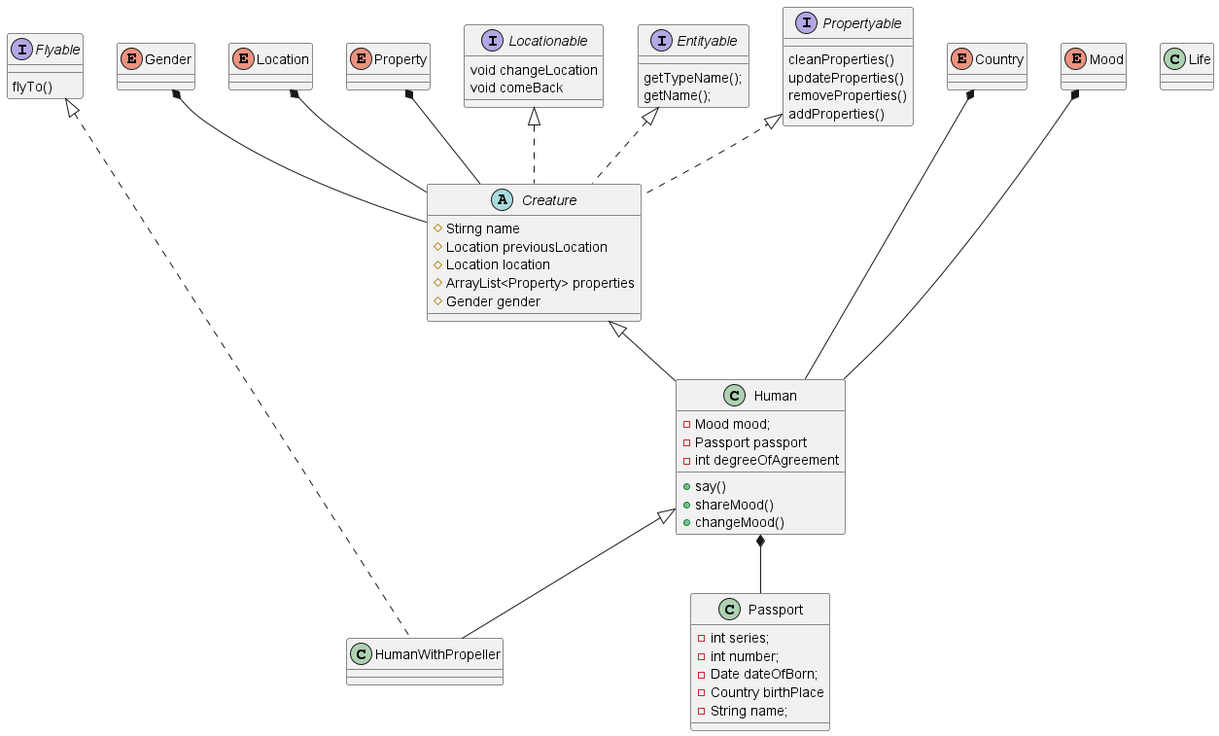
The PlantUML diagram UML.png in IlyaKonFetka/lab3, before a commit.
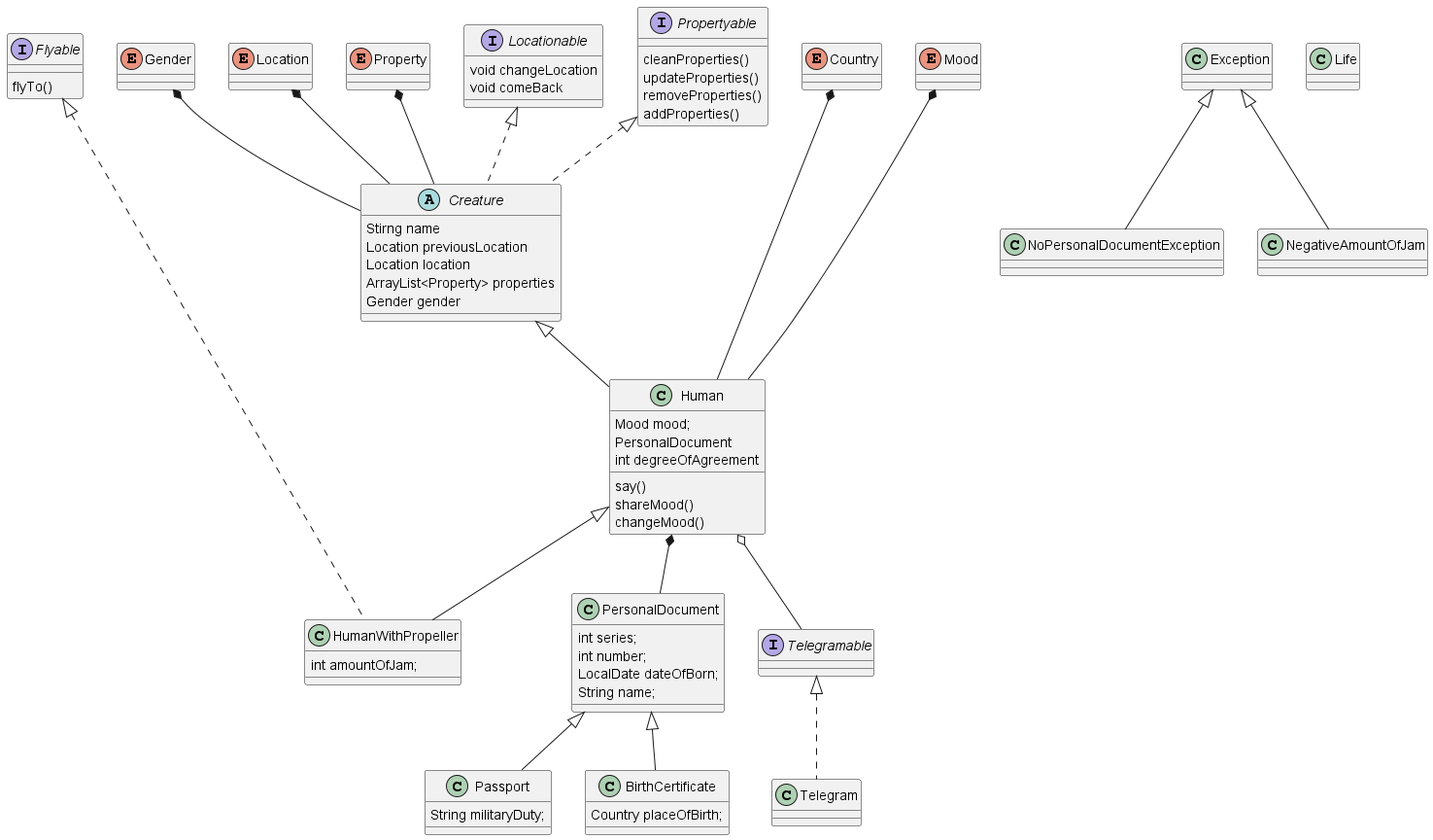
Above is the later version.

Change to the diagram source:
```diff
@@ -1,27 +1,33 @@
 @startuml
 class Human{
-    -Mood mood;
-    -Passport passport
-    -int degreeOfAgreement
-    +say()
-    +shareMood()
-    +changeMood()
+    Mood mood;
+    PersonalDocument
+    int degreeOfAgreement
+    say()
+    shareMood()
+    changeMood()
+}
+class PersonalDocument{
+    int series;
+    int number;
+    LocalDate dateOfBorn;
+    String name;
 }
 class Passport{
-    -int series;
-    -int number;
-    -Date dateOfBorn;
-    -Country birthPlace
-    -String name;
+    String militaryDuty;
+}
+class BirthCertificate{
+    Country placeOfBirth;
 }
 abstract class Creature{
-    #Stirng name
-    #Location previousLocation
-    #Location location
-    #ArrayList<Property> properties
-    #Gender gender
+    Stirng name
+    Location previousLocation
+    Location location
+    ArrayList<Property> properties
+    Gender gender
 }
 class HumanWithPropeller{
+    int amountOfJam;
 }
 enum Country
 enum Gender
@@ -29,13 +35,13 @@
 enum Mood
 enum Property
 
+class Exception
+class NoPersonalDocumentException
+class NegativeAmountOfJam
+
 Interface Locationable{
     void changeLocation
     void comeBack
-}
-Interface Entityable{
-    getTypeName();
-    getName();
 }
 Interface Propertyable{
     cleanProperties()
@@ -53,15 +59,22 @@
 Country *--- Human
 Property *-- Creature
 
-Human *-- Passport
+Human *-- PersonalDocument
 
 Locationable <|.. Creature
 Propertyable <|.. Creature
-Entityable <|.. Creature
 Flyable <|.... HumanWithPropeller
+Telegramable <|.. Telegram
 
+PersonalDocument <|-- Passport
+PersonalDocument <|-- BirthCertificate
 Creature <|-- Human
 Human <|-- HumanWithPropeller
+Exception <|-- NoPersonalDocumentException
+Exception <|-- NegativeAmountOfJam
+class Life
+class Telegram
+Interface Telegramable
 
-class Life
+Human o-- Telegramable
 @enduml
```
